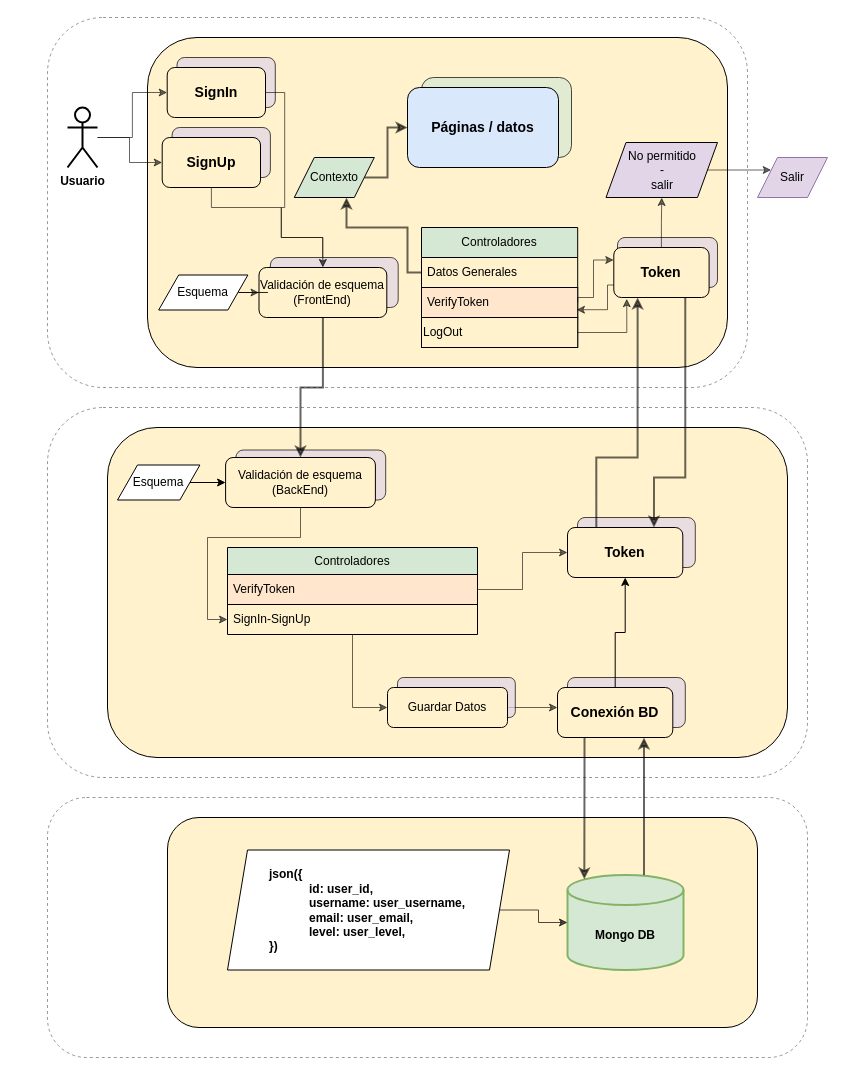
Earlier version of the draw.io diagram Diagrama sin título.drawio (elianfa3000/DigitalSkillsHub). Source tidied: cells renumbered, new cells numbered last; positions are measured from the earlier drawing's top-left corner, leaving out a move shared by most shapes. Both pictures are drawn from the tidied source at 100%, with x=0, y=0 at pixel (47, 17).
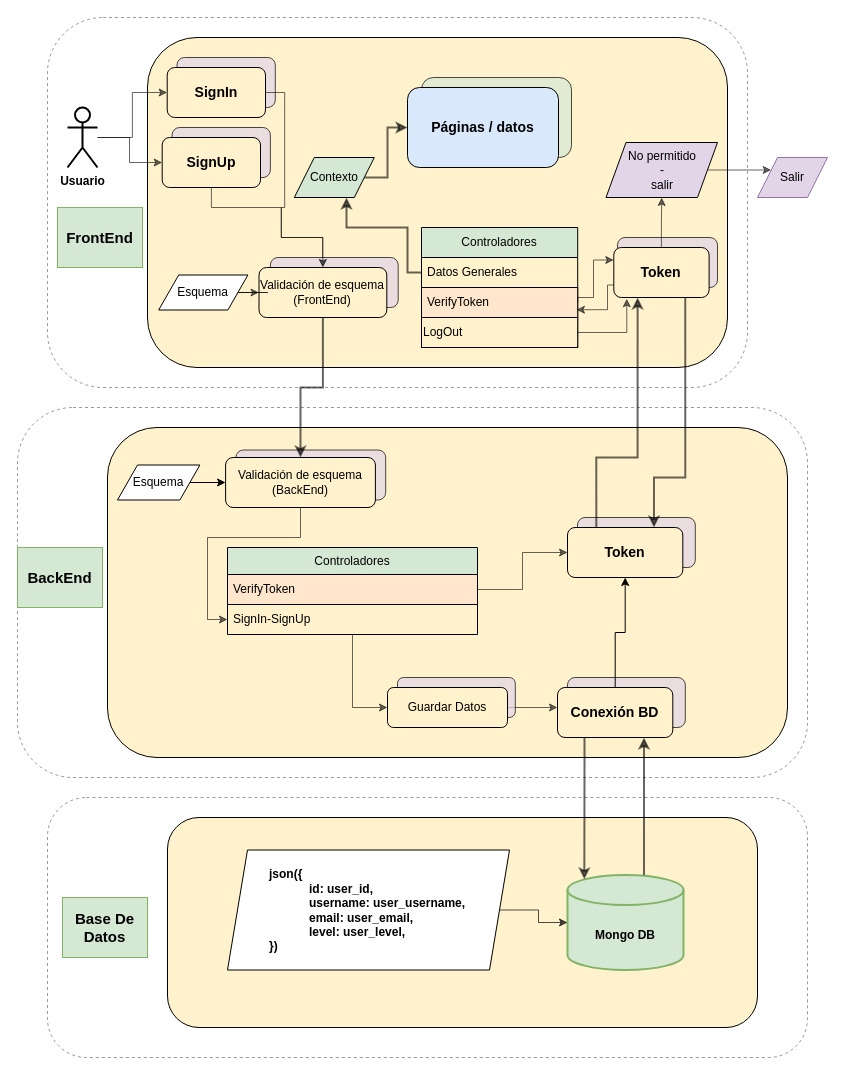
Above is the later version.

Change to the diagram source:
```diff
@@
     <mxCell id="33" style="rounded=1;whiteSpace=wrap;html=1;dashed=1;strokeColor=default;opacity=40;" parent="1" vertex="1">
-      <mxGeometry y="390" width="760" height="370" as="geometry" />
+      <mxGeometry x="-30" y="390" width="790" height="370" as="geometry" />
     </mxCell>
@@
+    <mxCell id="65" value="FrontEnd" style="rounded=0;whiteSpace=wrap;html=1;fontSize=15;fontStyle=1;fillColor=#d5e8d4;strokeColor=#82b366;" parent="1" vertex="1">
+      <mxGeometry x="10" y="190" width="85" height="60" as="geometry" />
+    </mxCell>
+    <mxCell id="66" value="BackEnd" style="rounded=0;whiteSpace=wrap;html=1;fontSize=15;fontStyle=1;fillColor=#d5e8d4;strokeColor=#82b366;" parent="1" vertex="1">
+      <mxGeometry x="-30" y="530" width="85" height="60" as="geometry" />
+    </mxCell>
+    <mxCell id="67" value="Base De Datos" style="rounded=0;whiteSpace=wrap;html=1;fontSize=15;fontStyle=1;fillColor=#d5e8d4;strokeColor=#82b366;" parent="1" vertex="1">
+      <mxGeometry x="15" y="880" width="85" height="60" as="geometry" />
+    </mxCell>
```
